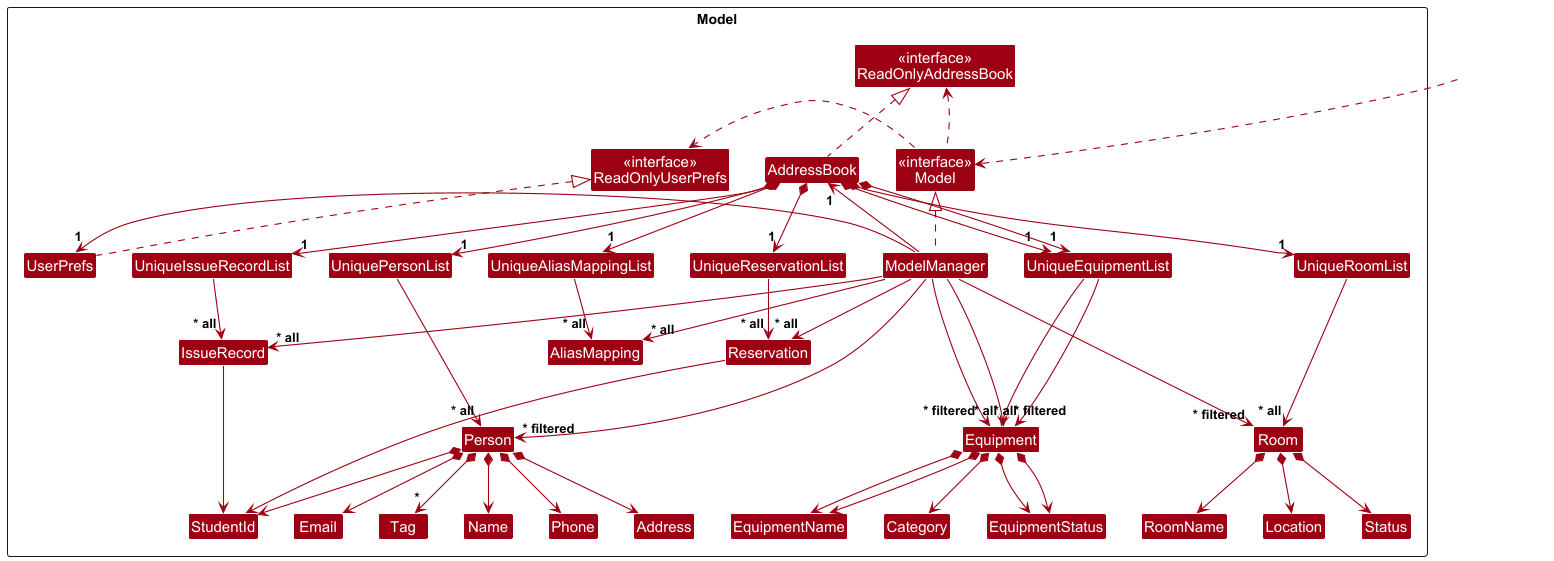
This is docs/images/ModelClassDiagram.png from OnlyTheEnd/tp, a PlantUML export, as it was before one commit.
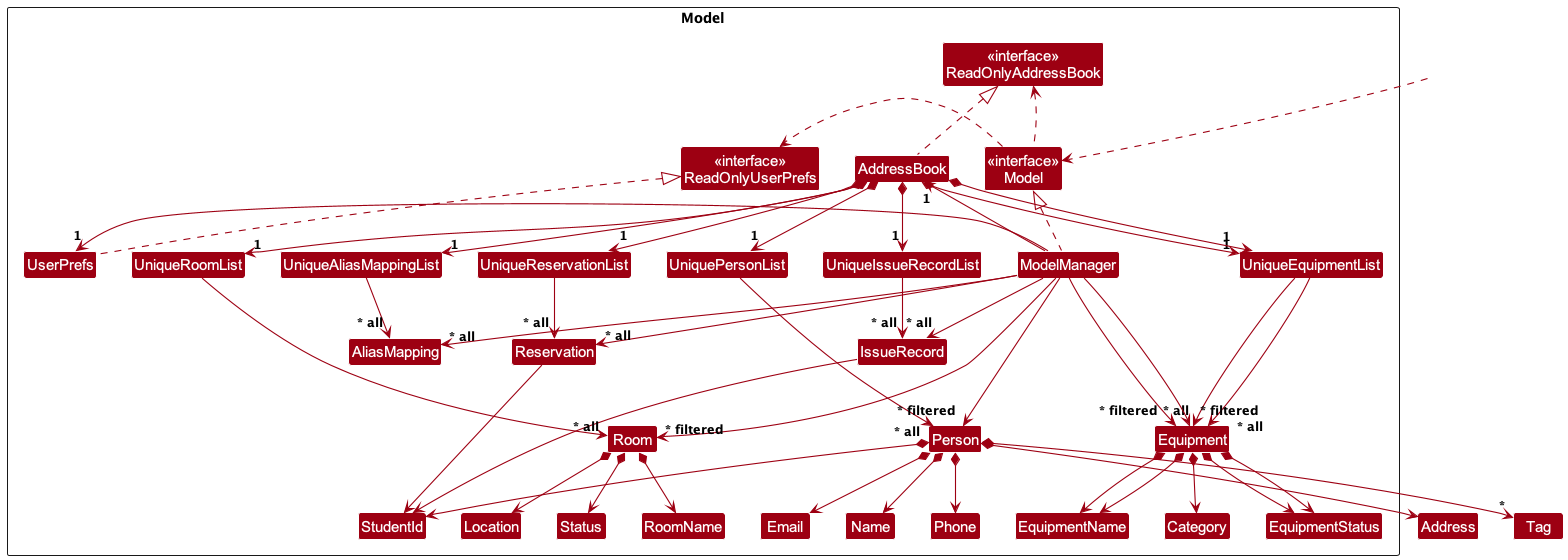
Later version of the same file.

Diff of the diagram source:
```diff
@@ -20,14 +20,10 @@
 Class UniqueAliasMappingList
 
 Class Person
-Class Address
 Class Email
 Class Name
 Class Phone
 Class StudentId
-Class Tag
-
-
 
 Class Reservation
 Class IssueRecord
```
